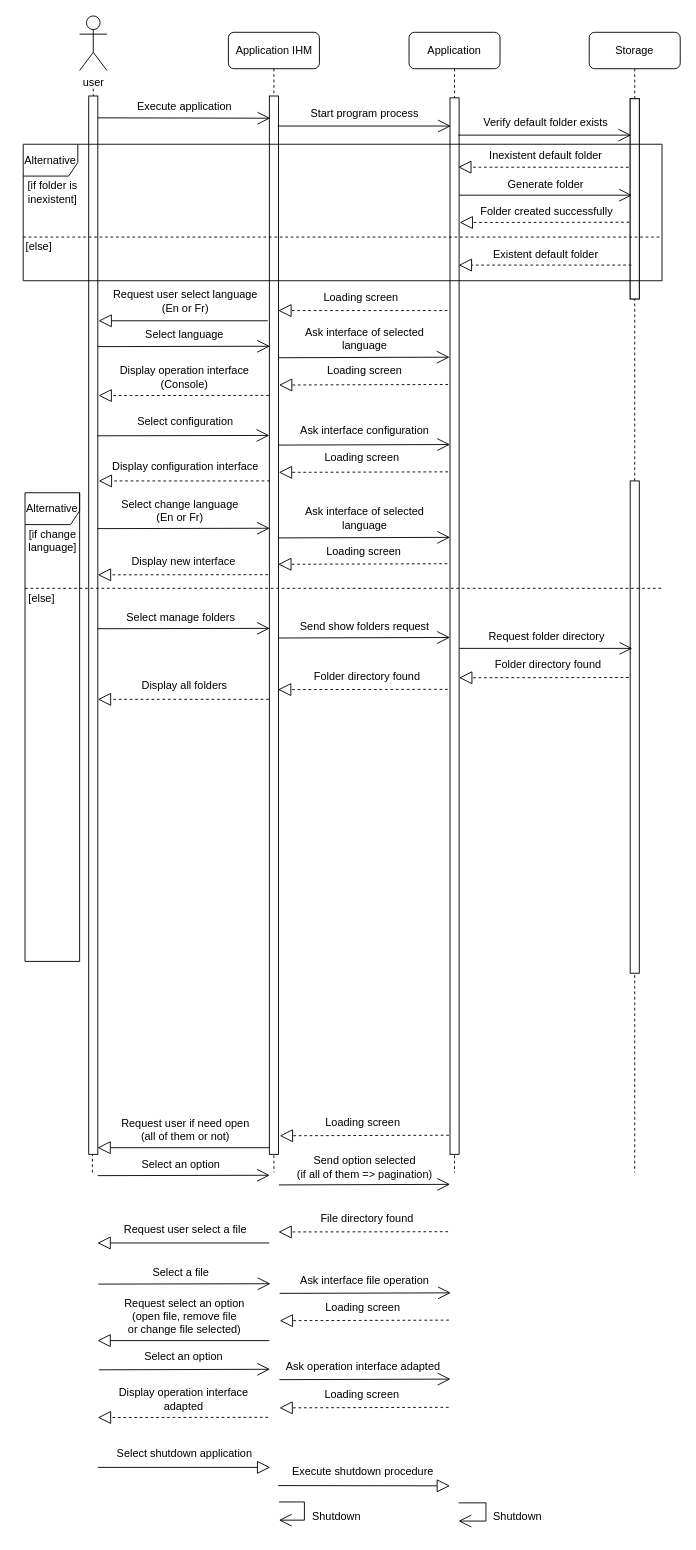
The draw.io diagram configuration diagram.drawio in Weicheng178/UML, before the edit. Source tidied: cells renumbered, new cells numbered last; positions are measured from the earlier drawing's top-left corner, leaving out a move shared by most shapes. Both pictures are drawn from the tidied source at 91%, with x=0, y=0 at pixel (15, 15).
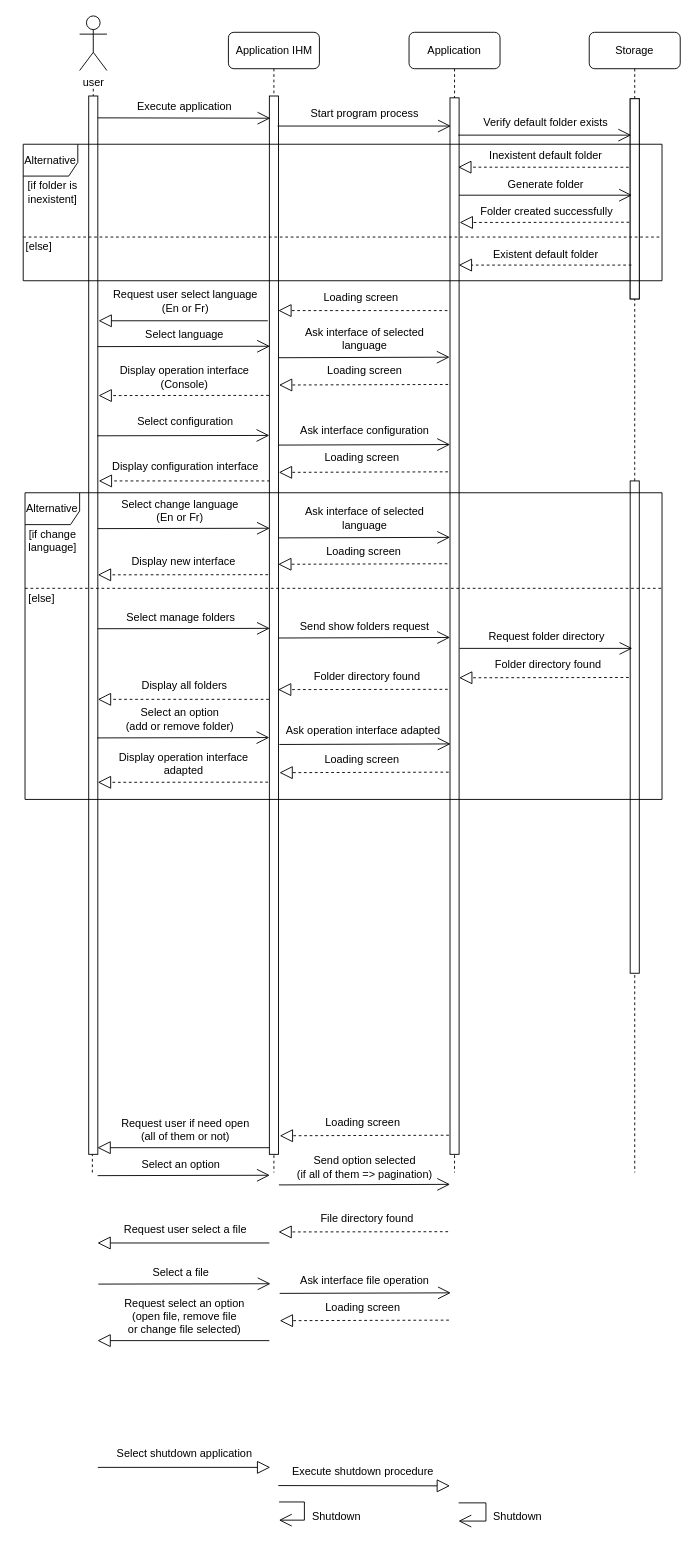
After the change.

Change to the diagram source:
```diff
@@
     <mxCell id="59" value="Alternative" style="shape=umlFrame;whiteSpace=wrap;html=1;width=60;height=35;" parent="1" vertex="1">
-      <mxGeometry x="10" y="524" width="60" height="515" as="geometry" />
+      <mxGeometry x="10" y="524" width="700" height="337" as="geometry" />
     </mxCell>
@@
-    <mxCell id="92" style="endArrow=open;endFill=1;endSize=12;html=1;rounded=1;entryX=-0.083;entryY=0.173;entryDx=0;entryDy=0;entryPerimeter=0;" parent="1" edge="1">
-      <mxGeometry relative="1" as="geometry">
-        <mxPoint x="91.2" y="1487.8" as="sourcePoint" />
-        <mxPoint x="279.3" y="1487.2" as="targetPoint" />
-      </mxGeometry>
-    </mxCell>
-    <mxCell id="93" value="Select an option" style="text;html=1;align=center;verticalAlign=middle;strokeColor=none;fillColor=none;rounded=1;" parent="1" vertex="1">
-      <mxGeometry x="129.2" y="1459.2" width="110" height="30" as="geometry" />
-    </mxCell>
     <mxCell id="94" style="endArrow=open;endFill=1;endSize=12;html=1;rounded=1;entryX=-0.083;entryY=0.173;entryDx=0;entryDy=0;entryPerimeter=0;" parent="1" edge="1">
       <mxGeometry relative="1" as="geometry">
-        <mxPoint x="289.5" y="1498.6" as="sourcePoint" />
-        <mxPoint x="477.6" y="1498" as="targetPoint" />
+        <mxPoint x="289.5" y="800.6" as="sourcePoint" />
+        <mxPoint x="477.6" y="800" as="targetPoint" />
       </mxGeometry>
     </mxCell>
     <mxCell id="95" value="Ask operation interface adapted&amp;nbsp;" style="text;html=1;align=center;verticalAlign=middle;strokeColor=none;fillColor=none;rounded=1;" parent="1" vertex="1">
-      <mxGeometry x="282.5" y="1469" width="200" height="30" as="geometry" />
+      <mxGeometry x="282.5" y="771" width="200" height="30" as="geometry" />
     </mxCell>
     <mxCell id="96" value="Loading screen" style="text;html=1;align=center;verticalAlign=middle;strokeColor=none;fillColor=none;rounded=1;" parent="1" vertex="1">
-      <mxGeometry x="325.3" y="1500" width="110" height="30" as="geometry" />
+      <mxGeometry x="325.3" y="802" width="110" height="30" as="geometry" />
     </mxCell>
     <mxCell id="97" style="endArrow=block;dashed=1;endFill=0;endSize=12;html=1;rounded=1;exitX=-0.211;exitY=0.186;exitDx=0;exitDy=0;exitPerimeter=0;" parent="1" edge="1">
       <mxGeometry relative="1" as="geometry">
-        <mxPoint x="475.5" y="1529" as="sourcePoint" />
-        <mxPoint x="289.6" y="1529.6" as="targetPoint" />
+        <mxPoint x="475.5" y="831" as="sourcePoint" />
+        <mxPoint x="289.6" y="831.6" as="targetPoint" />
       </mxGeometry>
     </mxCell>
     <mxCell id="98" style="endArrow=block;dashed=1;endFill=0;endSize=12;html=1;rounded=1;exitX=-0.125;exitY=0.144;exitDx=0;exitDy=0;exitPerimeter=0;" parent="1" edge="1">
       <mxGeometry relative="1" as="geometry">
-        <mxPoint x="277.1" y="1540" as="sourcePoint" />
-        <mxPoint x="90" y="1540.2" as="targetPoint" />
+        <mxPoint x="277.1" y="842" as="sourcePoint" />
+        <mxPoint x="90" y="842.2" as="targetPoint" />
       </mxGeometry>
     </mxCell>
     <mxCell id="99" value="Display operation interface &lt;br&gt;adapted" style="text;html=1;align=center;verticalAlign=middle;strokeColor=none;fillColor=none;rounded=1;" parent="1" vertex="1">
-      <mxGeometry x="99.2" y="1500" width="170" height="40" as="geometry" />
+      <mxGeometry x="99.2" y="802" width="170" height="40" as="geometry" />
     </mxCell>
@@
+    <mxCell id="111" value="Select an option&lt;br&gt;(add or remove folder)" style="text;html=1;align=center;verticalAlign=middle;strokeColor=none;fillColor=none;rounded=1;" parent="1" vertex="1">
+      <mxGeometry x="110" y="753" width="140" height="40" as="geometry" />
+    </mxCell>
+    <mxCell id="112" style="endArrow=open;endFill=1;endSize=12;html=1;rounded=1;entryX=0.071;entryY=0.165;entryDx=0;entryDy=0;entryPerimeter=0;" parent="1" edge="1">
+      <mxGeometry relative="1" as="geometry">
+        <mxPoint x="89.3" y="793.4" as="sourcePoint" />
+        <mxPoint x="278.5" y="793" as="targetPoint" />
+      </mxGeometry>
+    </mxCell>
```
